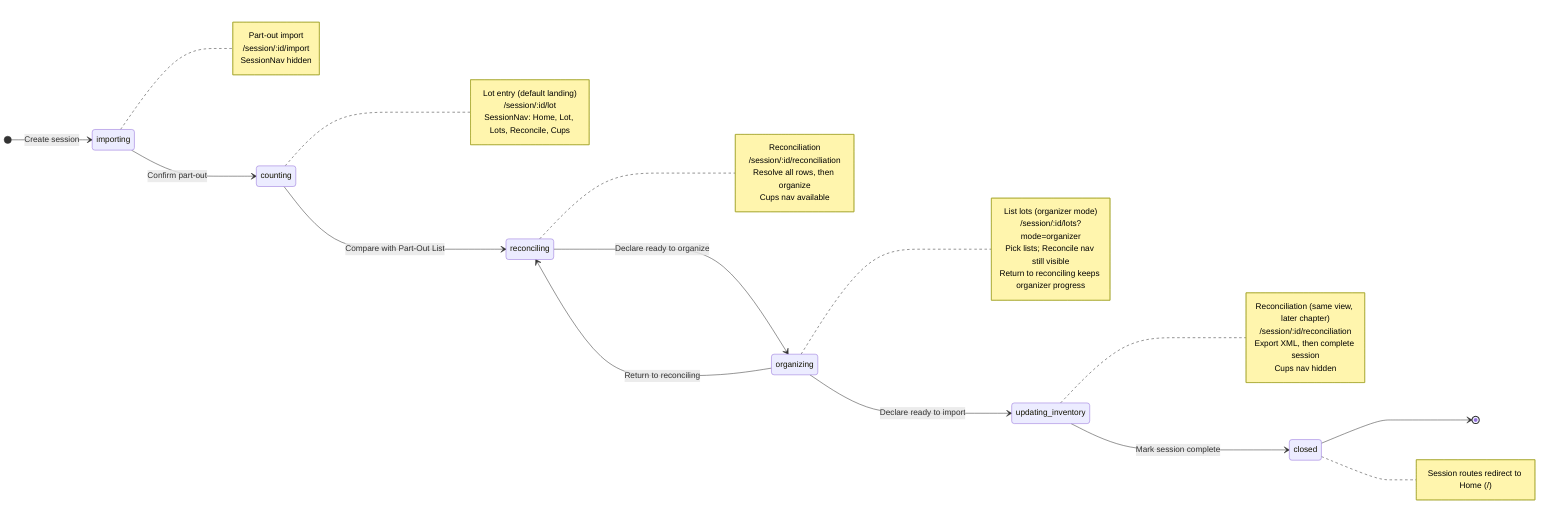
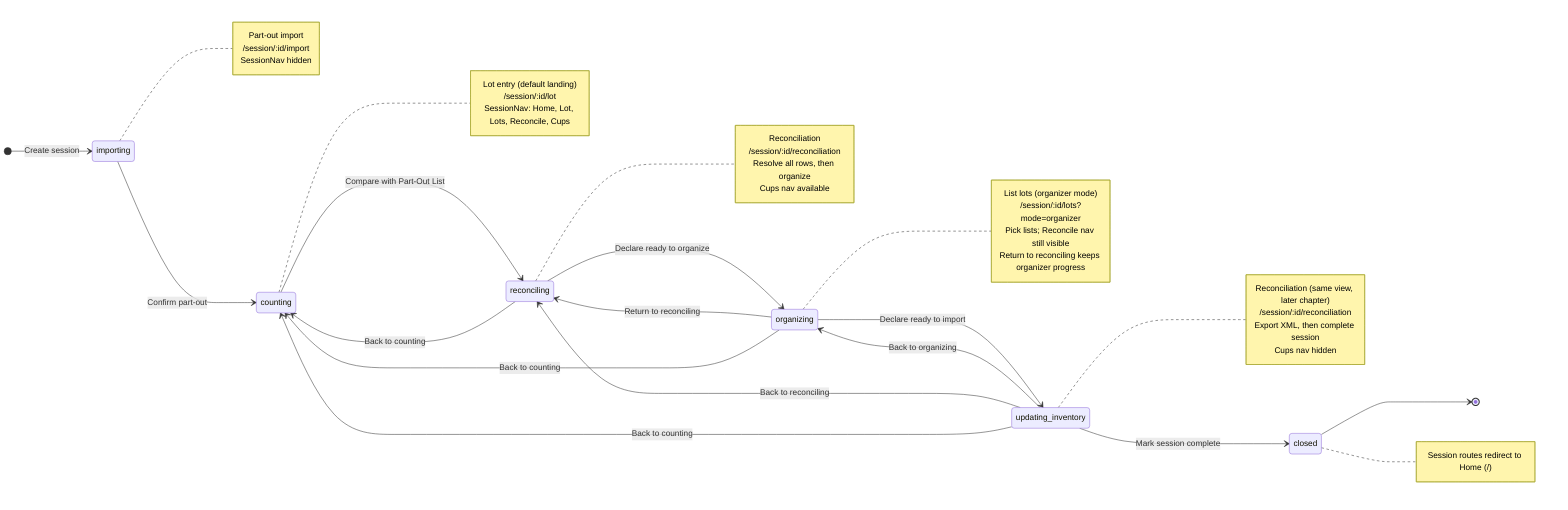
%% Session phases — Brick Counter Coordinator
%%
%% Route and nav detail: docs/support/application-views.md
%% Storyboard implementation: feature/00-shipped/storyboard-ui/
%%
%% Phases apply after a session is created (Home → New session). Production will
%% persist phase on a coordinator server; storyboard simulates phase in memory.

stateDiagram-v2
    direction LR

    [*] --> importing: Create session
    importing --> counting: Confirm part-out
    counting --> reconciling: Compare with Part-Out List
    reconciling --> organizing: Declare ready to organize
    organizing --> updating_inventory: Declare ready to import
    organizing --> reconciling: Return to reconciling
+     organizing --> counting: Back to counting
+     reconciling --> counting: Back to counting
+     updating_inventory --> organizing: Back to organizing
+     updating_inventory --> reconciling: Back to reconciling
+     updating_inventory --> counting: Back to counting
    updating_inventory --> closed: Mark session complete
    closed --> [*]

    note right of importing
        Part-out import
        /session/:id/import
        SessionNav hidden
    end note

    note right of counting
        Lot entry (default landing)
        /session/:id/lot
        SessionNav: Home, Lot, Lots, Reconcile, Cups
    end note

    note right of reconciling
        Reconciliation
        /session/:id/reconciliation
        Resolve all rows, then organize
        Cups nav available
    end note

    note right of organizing
        List lots (organizer mode)
        /session/:id/lots?mode=organizer
        Pick lists; Reconcile nav still visible
        Return to reconciling keeps organizer progress
    end note

    note right of updating_inventory
        Reconciliation (same view, later chapter)
        /session/:id/reconciliation
        Export XML, then complete session
        Cups nav hidden
    end note

    note right of closed
        Session routes redirect to Home (/)
    end note
